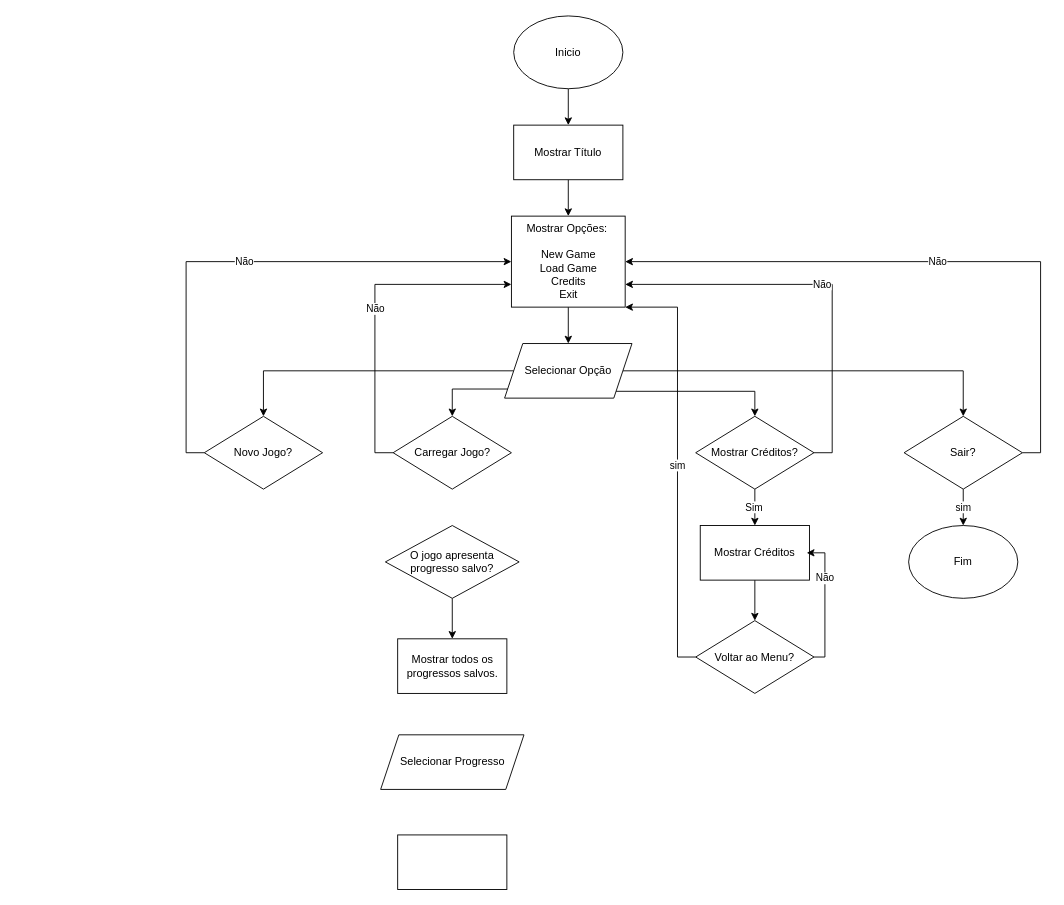
Above: jogo_estrutura.drawio in as1lo/diagramas (draw.io), before the change. Source tidied: cells renumbered, new cells numbered last; positions are measured from the earlier drawing's top-left corner, leaving out a move shared by most shapes. Both pictures are drawn from the tidied source at 91%, with x=0, y=0 at pixel (204, 15).
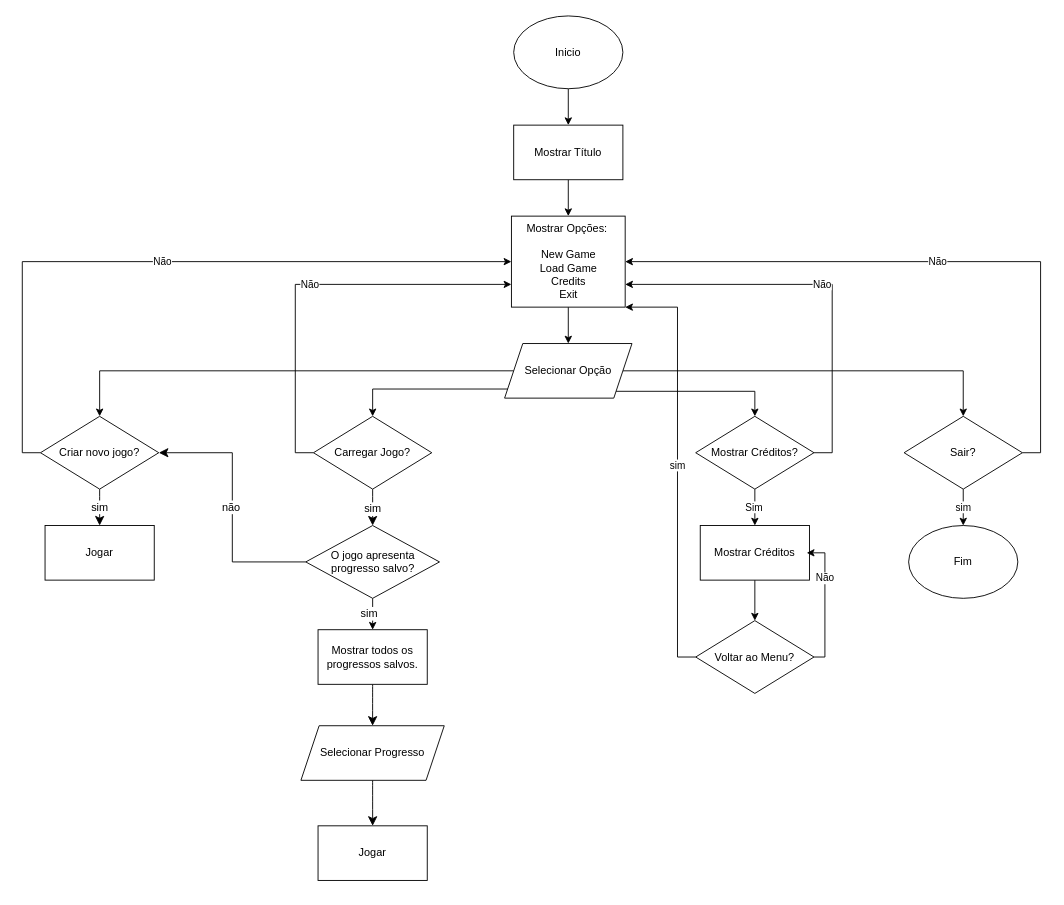
The same page after the edit.

Unchanged cells that the change refers to:
```xml
<mxCell id="26" style="edgeStyle=orthogonalEdgeStyle;rounded=0;jettySize=auto;html=1;entryX=0.5;entryY=0;entryDx=0;entryDy=0;" parent="1" edge="1" source="27" target="25">
  <mxGeometry relative="1" as="geometry" />
</mxCell>
<mxCell id="33" value="Selecionar Opção" style="shape=parallelogram;perimeter=parallelogramPerimeter;whiteSpace=wrap;html=1;fixedSize=1;" parent="1" vertex="1">
  <mxGeometry x="330" y="360" width="140" height="60" as="geometry" />
</mxCell>
```

Change to the diagram source:
```diff
@@
+    <mxCell id="35" style="edgeStyle=none;curved=1;rounded=0;jettySize=auto;html=1;fontSize=12;startSize=8;endSize=8;" parent="1" edge="1" source="16" target="27">
+      <mxGeometry relative="1" as="geometry" />
+    </mxCell>
+    <mxCell id="36" value="sim" style="edgeLabel;html=1;align=center;verticalAlign=middle;fontSize=12;" parent="35" vertex="1">
+      <mxGeometry x="0.06" y="-1" relative="1" as="geometry" />
+    </mxCell>
     <mxCell id="16" value="Carregar Jogo?" style="rhombus;whiteSpace=wrap;html=1;" parent="1" vertex="1">
-      <mxGeometry x="207.5" y="440" width="130" height="80" as="geometry" />
+      <mxGeometry x="120" y="440" width="130" height="80" as="geometry" />
     </mxCell>
@@
-    <mxCell id="18" value="Novo Jogo?" style="rhombus;whiteSpace=wrap;html=1;" parent="1" vertex="1">
-      <mxGeometry y="440" width="130" height="80" as="geometry" />
-    </mxCell>
+    <mxCell id="37" value="sim" style="edgeStyle=none;curved=1;rounded=0;jettySize=auto;html=1;entryX=0.5;entryY=0;entryDx=0;entryDy=0;fontSize=12;startSize=8;endSize=8;" parent="1" edge="1" source="18" target="42">
+      <mxGeometry relative="1" as="geometry" />
+    </mxCell>
@@
+    <mxCell id="38" style="edgeStyle=none;curved=1;rounded=0;jettySize=auto;html=1;entryX=0.5;entryY=0;entryDx=0;entryDy=0;fontSize=12;startSize=8;endSize=8;" parent="1" edge="1" source="25" target="34">
+      <mxGeometry relative="1" as="geometry" />
+    </mxCell>
     <mxCell id="25" value="Mostrar todos os progressos salvos." style="rounded=0;whiteSpace=wrap;html=1;" parent="1" vertex="1">
-      <mxGeometry x="212.5" y="684.5" width="120" height="60" as="geometry" />
+      <mxGeometry x="125" y="674.5" width="120" height="60" as="geometry" />
     </mxCell>
@@
-    <mxCell id="27" value="O jogo apresenta progresso salvo?" style="rhombus;whiteSpace=wrap;html=1;" parent="1" vertex="1">
-      <mxGeometry x="199" y="560" width="147" height="80" as="geometry" />
-    </mxCell>
+    <mxCell id="39" value="sim" style="edgeLabel;html=1;align=center;verticalAlign=middle;fontSize=12;" parent="26" vertex="1">
+      <mxGeometry x="0.05" y="5" relative="1" as="geometry" />
+    </mxCell>
+    <mxCell id="40" value="não&amp;nbsp;" style="edgeStyle=orthogonalEdgeStyle;rounded=0;jettySize=auto;html=1;entryX=1;entryY=0.5;entryDx=0;entryDy=0;fontSize=12;startSize=8;endSize=8;" parent="1" edge="1" source="27" target="18">
+      <mxGeometry relative="1" as="geometry" />
+    </mxCell>
-    <mxCell id="28" style="rounded=0;whiteSpace=wrap;html=1;" parent="1" vertex="1">
-      <mxGeometry x="212.5" y="900" width="120" height="60" as="geometry" />
+    <mxCell id="28" value="Jogar" style="rounded=0;whiteSpace=wrap;html=1;" parent="1" vertex="1">
+      <mxGeometry x="125" y="890" width="120" height="60" as="geometry" />
     </mxCell>
     <mxCell id="29" style="edgeStyle=orthogonalEdgeStyle;rounded=0;jettySize=auto;html=1;exitX=0;exitY=0.5;exitDx=0;exitDy=0;entryX=0.5;entryY=0;entryDx=0;entryDy=0;" parent="1" edge="1" source="33" target="18">
       <mxGeometry relative="1" as="geometry">
         <Array as="points">
-          <mxPoint x="65" y="390" />
+          <mxPoint x="-115" y="390" />
         </Array>
       </mxGeometry>
     </mxCell>
     <mxCell id="30" style="edgeStyle=orthogonalEdgeStyle;rounded=0;jettySize=auto;html=1;exitX=0;exitY=0.75;exitDx=0;exitDy=0;entryX=0.5;entryY=0;entryDx=0;entryDy=0;" parent="1" edge="1" source="33" target="16">
       <mxGeometry relative="1" as="geometry">
         <Array as="points">
           <mxPoint x="335" y="410" />
-          <mxPoint x="273" y="410" />
+          <mxPoint x="185" y="410" />
         </Array>
       </mxGeometry>
     </mxCell>
@@
+    <mxCell id="41" style="edgeStyle=none;curved=1;rounded=0;jettySize=auto;html=1;entryX=0.5;entryY=0;entryDx=0;entryDy=0;fontSize=12;startSize=8;endSize=8;" parent="1" edge="1" source="34" target="28">
+      <mxGeometry relative="1" as="geometry" />
+    </mxCell>
     <mxCell id="34" value="Selecionar Progresso" style="shape=parallelogram;perimeter=parallelogramPerimeter;whiteSpace=wrap;html=1;fixedSize=1;" parent="1" vertex="1">
-      <mxGeometry x="193.8" y="790" width="157.5" height="60" as="geometry" />
+      <mxGeometry x="106.2" y="780" width="157.5" height="60" as="geometry" />
     </mxCell>
+    <mxCell id="42" value="Jogar" style="rounded=0;whiteSpace=wrap;html=1;" parent="1" vertex="1">
+      <mxGeometry x="-175" y="560" width="120" height="60" as="geometry" />
+    </mxCell>
+    <mxCell id="18" value="Criar novo jogo?" style="rhombus;whiteSpace=wrap;html=1;direction=east;" parent="1" vertex="1">
+      <mxGeometry x="-180" y="440" width="130" height="80" as="geometry" />
+    </mxCell>
+    <mxCell id="43" style="edgeStyle=none;curved=1;rounded=0;orthogonalLoop=1;jettySize=auto;html=1;entryX=0;entryY=0.5;entryDx=0;entryDy=0;fontSize=12;startSize=8;endSize=8;" parent="1" edge="1" source="27" target="27">
+      <mxGeometry relative="1" as="geometry" />
+    </mxCell>
+    <mxCell id="44" style="edgeStyle=orthogonalEdgeStyle;rounded=0;jettySize=auto;html=1;entryX=1;entryY=0.5;entryDx=0;entryDy=0;fontSize=12;startSize=8;endSize=8;" parent="1" edge="1" target="27">
+      <mxGeometry relative="1" as="geometry">
+        <mxPoint x="200" y="600" as="sourcePoint" />
+      </mxGeometry>
+    </mxCell>
+    <mxCell id="27" value="O jogo apresenta progresso salvo?" style="rhombus;whiteSpace=wrap;html=1;" parent="1" vertex="1">
+      <mxGeometry x="111.5" y="560" width="147" height="80" as="geometry" />
+    </mxCell>
```
